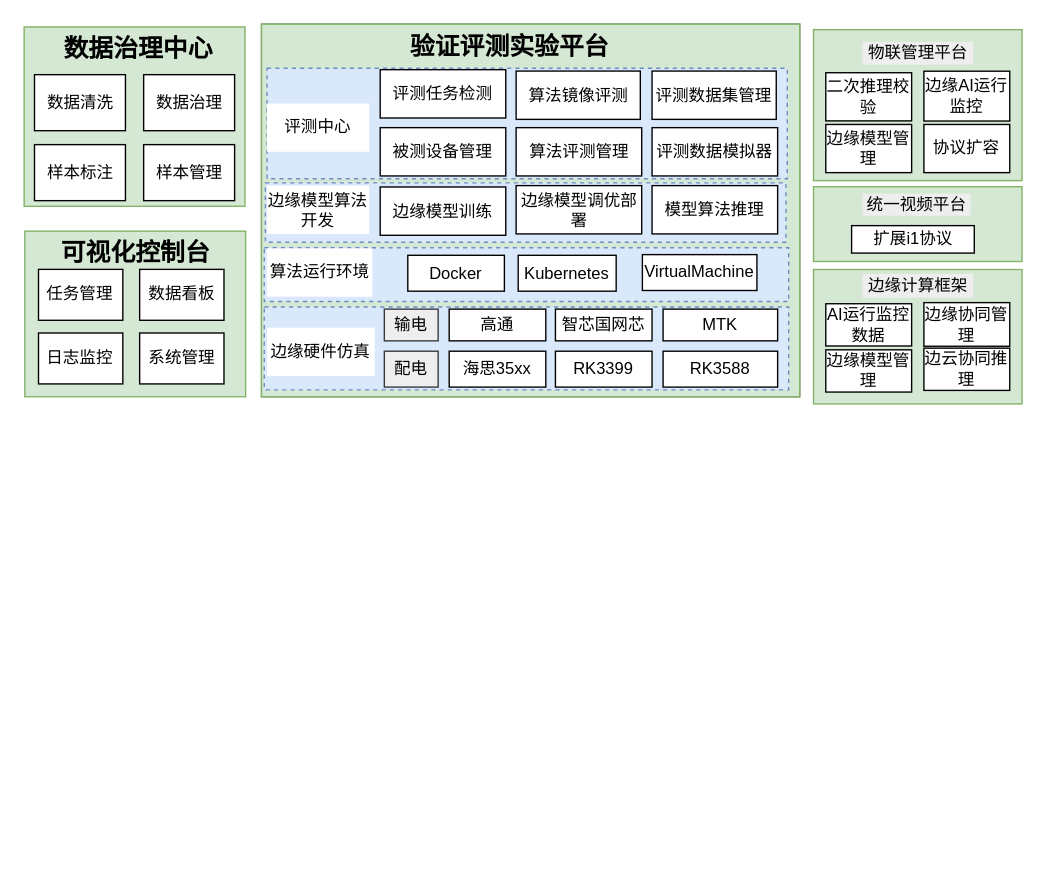
The draw.io diagram page "第 2 页" (2 of 2) of 验证实验评测平台4.0.drawio in paleblackless/diagrams, before the edit. Source tidied: cells renumbered, new cells numbered last; positions are measured from the earlier drawing's top-left corner, leaving out a move shared by most shapes. Both pictures are drawn from the tidied source at 138%, with x=0, y=0 at pixel (23, 23).
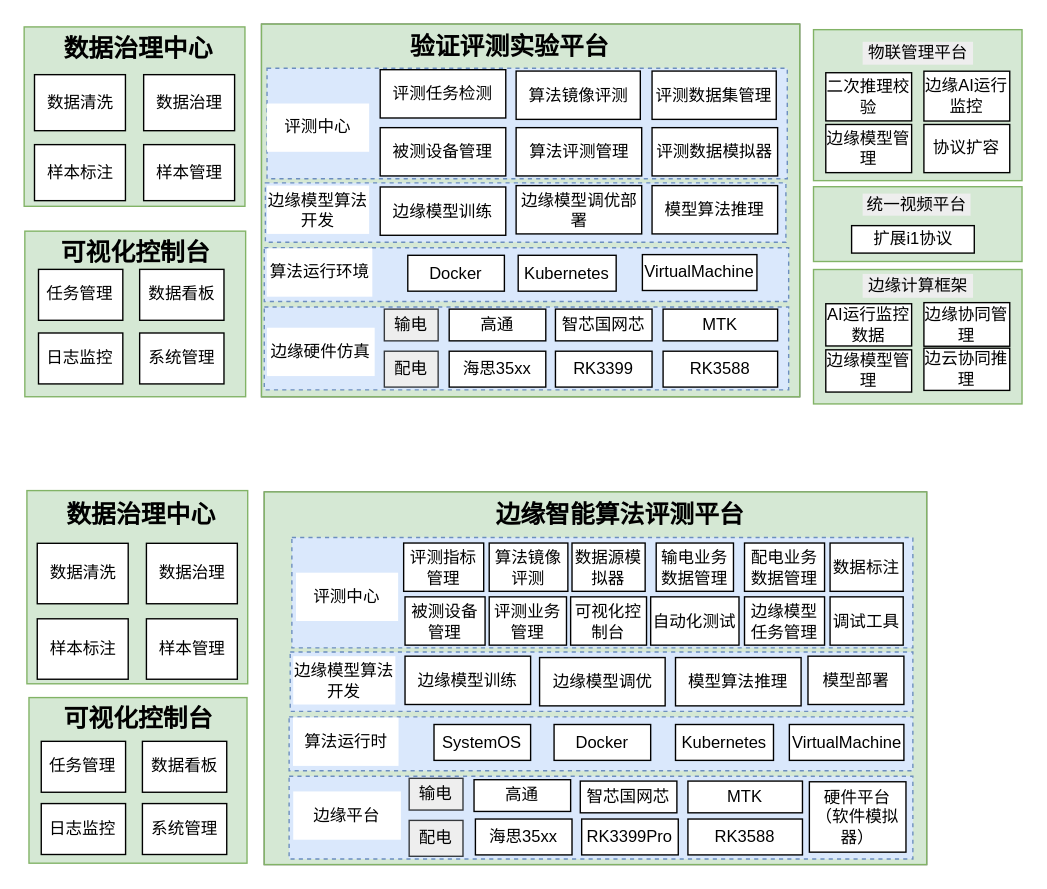
The same page after the edit.

Commit message:
更新验证实验评测平台4.0.drawio

What changed in the source:
```diff
@@
+    <mxCell id="64" style="group;fillColor=#f5f5f5;fontColor=#333333;strokeColor=#666666;" parent="1" vertex="1">
+      <mxGeometry x="174" y="339" width="480" height="270" as="geometry" />
+    </mxCell>
+    <mxCell id="65" style="group;fillColor=#d5e8d4;strokeColor=#82b366;" parent="64" vertex="1">
+      <mxGeometry width="480" height="270" as="geometry" />
+    </mxCell>
+    <mxCell id="66" style="rounded=0;whiteSpace=wrap;html=1;dashed=1;fillColor=#dae8fc;strokeColor=#6c8ebf;" parent="64" vertex="1">
+      <mxGeometry x="18" y="206" width="452" height="60" as="geometry" />
+    </mxCell>
+    <mxCell id="67" style="rounded=0;whiteSpace=wrap;html=1;dashed=1;fillColor=#dae8fc;strokeColor=#6c8ebf;" parent="64" vertex="1">
+      <mxGeometry x="18" y="163" width="452" height="39" as="geometry" />
+    </mxCell>
+    <mxCell id="68" style="rounded=0;whiteSpace=wrap;html=1;dashed=1;fillColor=#dae8fc;strokeColor=#6c8ebf;" parent="64" vertex="1">
+      <mxGeometry x="18.8" y="116" width="451.2" height="43" as="geometry" />
+    </mxCell>
+    <mxCell id="69" style="rounded=0;whiteSpace=wrap;html=1;dashed=1;fillColor=#dae8fc;strokeColor=#6c8ebf;" parent="64" vertex="1">
+      <mxGeometry x="20" y="33" width="450" height="80" as="geometry" />
+    </mxCell>
+    <mxCell id="70" value="&lt;span style=&quot;font-size: 18px;&quot;&gt;&lt;b&gt;边缘智能算法评测平台&lt;/b&gt;&lt;/span&gt;" style="text;html=1;strokeColor=none;fillColor=none;align=center;verticalAlign=middle;whiteSpace=wrap;rounded=0;fontFamily=Helvetica;fontSize=21;" parent="64" vertex="1">
+      <mxGeometry x="163" width="190" height="30" as="geometry" />
+    </mxCell>
+    <mxCell id="71" value="评测中心" style="rounded=0;whiteSpace=wrap;html=1;strokeColor=none;" parent="64" vertex="1">
+      <mxGeometry x="23" y="58.5" width="74" height="35" as="geometry" />
+    </mxCell>
+    <mxCell id="72" value="评测指标管理" style="rounded=0;whiteSpace=wrap;html=1;strokeColor=default;" parent="64" vertex="1">
+      <mxGeometry x="101" y="37" width="58" height="35" as="geometry" />
+    </mxCell>
+    <mxCell id="73" value="算法镜像评测" style="rounded=0;whiteSpace=wrap;html=1;strokeColor=default;" parent="64" vertex="1">
+      <mxGeometry x="163" y="37" width="57" height="35" as="geometry" />
+    </mxCell>
+    <mxCell id="74" value="配电业务数据管理" style="rounded=0;whiteSpace=wrap;html=1;strokeColor=default;" parent="64" vertex="1">
+      <mxGeometry x="348" y="37" width="58" height="35" as="geometry" />
+    </mxCell>
+    <mxCell id="75" value="被测设备管理" style="rounded=0;whiteSpace=wrap;html=1;strokeColor=default;" parent="64" vertex="1">
+      <mxGeometry x="102" y="76" width="58" height="35" as="geometry" />
+    </mxCell>
+    <mxCell id="76" value="评测业务管理" style="rounded=0;whiteSpace=wrap;html=1;strokeColor=default;" parent="64" vertex="1">
+      <mxGeometry x="163" y="76" width="56" height="35" as="geometry" />
+    </mxCell>
+    <mxCell id="77" value="数据源模拟器" style="rounded=0;whiteSpace=wrap;html=1;strokeColor=default;" parent="64" vertex="1">
+      <mxGeometry x="223" y="37" width="53" height="35" as="geometry" />
+    </mxCell>
+    <mxCell id="78" value="边缘模型算法开发" style="rounded=0;whiteSpace=wrap;html=1;strokeColor=none;" parent="64" vertex="1">
+      <mxGeometry x="21" y="119" width="74" height="35" as="geometry" />
+    </mxCell>
+    <mxCell id="79" value="边缘模型训练" style="rounded=0;whiteSpace=wrap;html=1;strokeColor=default;" parent="64" vertex="1">
+      <mxGeometry x="102" y="119" width="91" height="35" as="geometry" />
+    </mxCell>
+    <mxCell id="80" value="边缘模型调优" style="rounded=0;whiteSpace=wrap;html=1;strokeColor=default;" parent="64" vertex="1">
+      <mxGeometry x="199.5" y="120" width="91" height="35" as="geometry" />
+    </mxCell>
+    <mxCell id="81" value="模型算法推理" style="rounded=0;whiteSpace=wrap;html=1;strokeColor=default;" parent="64" vertex="1">
+      <mxGeometry x="298" y="120" width="91" height="35" as="geometry" />
+    </mxCell>
+    <mxCell id="82" value="算法运行时" style="rounded=0;whiteSpace=wrap;html=1;strokeColor=none;" parent="64" vertex="1">
+      <mxGeometry x="20.8" y="163.5" width="76.5" height="35" as="geometry" />
+    </mxCell>
+    <mxCell id="83" value="边缘平台" style="rounded=0;whiteSpace=wrap;html=1;strokeColor=none;fillColor=#FFFFFF;" parent="64" vertex="1">
+      <mxGeometry x="21" y="217" width="78" height="35" as="geometry" />
+    </mxCell>
+    <mxCell id="84" value="高通" style="rounded=0;whiteSpace=wrap;html=1;" parent="64" vertex="1">
+      <mxGeometry x="152" y="208.5" width="70" height="23" as="geometry" />
+    </mxCell>
+    <mxCell id="85" value="智芯国网芯" style="rounded=0;whiteSpace=wrap;html=1;" parent="64" vertex="1">
+      <mxGeometry x="229" y="209.5" width="70" height="23" as="geometry" />
+    </mxCell>
+    <mxCell id="86" value="MTK" style="rounded=0;whiteSpace=wrap;html=1;" parent="64" vertex="1">
+      <mxGeometry x="307" y="209.5" width="83" height="23" as="geometry" />
+    </mxCell>
+    <mxCell id="87" value="海思35xx" style="rounded=0;whiteSpace=wrap;html=1;" parent="64" vertex="1">
+      <mxGeometry x="153" y="237" width="70" height="26" as="geometry" />
+    </mxCell>
+    <mxCell id="88" value="RK3399Pro" style="rounded=0;whiteSpace=wrap;html=1;" parent="64" vertex="1">
+      <mxGeometry x="230" y="237" width="70" height="26" as="geometry" />
+    </mxCell>
+    <mxCell id="89" value="RK3588" style="rounded=0;whiteSpace=wrap;html=1;" parent="64" vertex="1">
+      <mxGeometry x="307" y="237" width="83" height="26" as="geometry" />
+    </mxCell>
+    <mxCell id="90" value="输电" style="rounded=0;whiteSpace=wrap;html=1;strokeColor=#36393d;fillColor=#eeeeee;" parent="64" vertex="1">
+      <mxGeometry x="105" y="207.5" width="39" height="23" as="geometry" />
+    </mxCell>
+    <mxCell id="91" value="配电" style="rounded=0;whiteSpace=wrap;html=1;strokeColor=#36393d;fillColor=#eeeeee;" parent="64" vertex="1">
+      <mxGeometry x="105" y="238" width="39" height="26" as="geometry" />
+    </mxCell>
+    <mxCell id="92" value="SystemOS" style="rounded=0;whiteSpace=wrap;html=1;" parent="64" vertex="1">
+      <mxGeometry x="123" y="168.5" width="70" height="26" as="geometry" />
+    </mxCell>
+    <mxCell id="93" value="Kubernetes" style="rounded=0;whiteSpace=wrap;html=1;" parent="64" vertex="1">
+      <mxGeometry x="298" y="168.5" width="71" height="26" as="geometry" />
+    </mxCell>
+    <mxCell id="94" value="VirtualMachine" style="rounded=0;whiteSpace=wrap;html=1;" parent="64" vertex="1">
+      <mxGeometry x="380.5" y="168.5" width="83" height="26" as="geometry" />
+    </mxCell>
+    <mxCell id="95" value="数据标注" style="rounded=0;whiteSpace=wrap;html=1;strokeColor=default;" parent="64" vertex="1">
+      <mxGeometry x="410" y="37" width="53" height="35" as="geometry" />
+    </mxCell>
+    <mxCell id="96" value="调试工具" style="rounded=0;whiteSpace=wrap;html=1;strokeColor=default;" parent="64" vertex="1">
+      <mxGeometry x="410" y="76" width="53" height="35" as="geometry" />
+    </mxCell>
+    <mxCell id="97" value="模型部署" style="rounded=0;whiteSpace=wrap;html=1;strokeColor=default;" parent="64" vertex="1">
+      <mxGeometry x="394" y="119" width="69.5" height="35" as="geometry" />
+    </mxCell>
+    <mxCell id="98" value="Docker" style="rounded=0;whiteSpace=wrap;html=1;" parent="64" vertex="1">
+      <mxGeometry x="210" y="168.5" width="70" height="26" as="geometry" />
+    </mxCell>
+    <mxCell id="99" value="硬件平台（软件模拟器）" style="rounded=0;whiteSpace=wrap;html=1;" parent="64" vertex="1">
+      <mxGeometry x="395" y="210" width="70" height="51" as="geometry" />
+    </mxCell>
+    <mxCell id="100" value="输电业务数据管理" style="rounded=0;whiteSpace=wrap;html=1;strokeColor=default;" parent="64" vertex="1">
+      <mxGeometry x="284" y="37" width="56" height="35" as="geometry" />
+    </mxCell>
+    <mxCell id="101" value="可视化控制台" style="rounded=0;whiteSpace=wrap;html=1;strokeColor=default;" parent="64" vertex="1">
+      <mxGeometry x="222" y="76" width="55" height="35" as="geometry" />
+    </mxCell>
+    <mxCell id="102" value="自动化测试" style="rounded=0;whiteSpace=wrap;html=1;strokeColor=default;" parent="64" vertex="1">
+      <mxGeometry x="280" y="76" width="64" height="35" as="geometry" />
+    </mxCell>
+    <mxCell id="103" value="边缘模型任务管理" style="rounded=0;whiteSpace=wrap;html=1;strokeColor=default;" parent="64" vertex="1">
+      <mxGeometry x="348" y="76" width="58" height="35" as="geometry" />
+    </mxCell>
+    <mxCell id="104" style="group;" parent="1" vertex="1">
+      <mxGeometry x="2" y="338" width="160" height="140" as="geometry" />
+    </mxCell>
+    <mxCell id="105" style="rounded=0;whiteSpace=wrap;html=1;fillColor=#d5e8d4;strokeColor=#82b366;" parent="104" vertex="1">
+      <mxGeometry width="160" height="140" as="geometry" />
+    </mxCell>
+    <mxCell id="106" style="group;" parent="104" vertex="1">
+      <mxGeometry x="7.5" y="5.4" width="144.9" height="131.2" as="geometry" />
+    </mxCell>
+    <mxCell id="107" value="&lt;font style=&quot;font-size: 18px;&quot;&gt;&lt;b&gt;数据治理中心&lt;/b&gt;&lt;/font&gt;" style="text;html=1;strokeColor=none;fillColor=none;align=center;verticalAlign=middle;whiteSpace=wrap;rounded=0;fontFamily=Helvetica;fontSize=21;" parent="106" vertex="1">
+      <mxGeometry x="6.6" width="138.4" height="21.9" as="geometry" />
+    </mxCell>
+    <mxCell id="108" value="数据清洗" style="rounded=0;whiteSpace=wrap;html=1;" parent="106" vertex="1">
+      <mxGeometry y="32.8" width="65.9" height="43.8" as="geometry" />
+    </mxCell>
+    <mxCell id="109" value="样本管理" style="rounded=0;whiteSpace=wrap;html=1;" parent="106" vertex="1">
+      <mxGeometry x="79.1" y="87.5" width="65.9" height="43.8" as="geometry" />
+    </mxCell>
+    <mxCell id="110" value="样本标注" style="rounded=0;whiteSpace=wrap;html=1;" parent="106" vertex="1">
+      <mxGeometry y="87.5" width="65.9" height="43.8" as="geometry" />
+    </mxCell>
+    <mxCell id="111" value="数据治理" style="rounded=0;whiteSpace=wrap;html=1;" parent="106" vertex="1">
+      <mxGeometry x="79.1" y="32.8" width="65.9" height="43.8" as="geometry" />
+    </mxCell>
+    <mxCell id="112" style="group;" parent="1" vertex="1">
+      <mxGeometry x="4.5" y="488" width="160" height="120" as="geometry" />
+    </mxCell>
+    <mxCell id="113" style="rounded=0;whiteSpace=wrap;html=1;fillColor=#d5e8d4;strokeColor=#82b366;" parent="112" vertex="1">
+      <mxGeometry x="-1" width="158" height="120" as="geometry" />
+    </mxCell>
+    <mxCell id="114" value="&lt;font style=&quot;font-size: 18px;&quot;&gt;&lt;b&gt;可视化控制台&lt;/b&gt;&lt;/font&gt;" style="text;html=1;strokeColor=none;fillColor=none;align=center;verticalAlign=middle;whiteSpace=wrap;rounded=0;fontFamily=Helvetica;fontSize=21;" parent="112" vertex="1">
+      <mxGeometry x="14" width="128.4" height="27.7" as="geometry" />
+    </mxCell>
+    <mxCell id="115" value="任务管理" style="rounded=0;whiteSpace=wrap;html=1;" parent="112" vertex="1">
+      <mxGeometry x="7.9" y="31.7" width="61.1" height="36.9" as="geometry" />
+    </mxCell>
+    <mxCell id="116" value="数据看板" style="rounded=0;whiteSpace=wrap;html=1;" parent="112" vertex="1">
+      <mxGeometry x="81.2" y="31.7" width="61.1" height="36.9" as="geometry" />
+    </mxCell>
+    <mxCell id="117" value="日志监控" style="rounded=0;whiteSpace=wrap;html=1;" parent="112" vertex="1">
+      <mxGeometry x="7.9" y="76.8" width="61.1" height="36.9" as="geometry" />
+    </mxCell>
+    <mxCell id="118" value="系统管理" style="rounded=0;whiteSpace=wrap;html=1;" parent="112" vertex="1">
+      <mxGeometry x="81.2" y="76.8" width="61.1" height="36.9" as="geometry" />
+    </mxCell>
```
